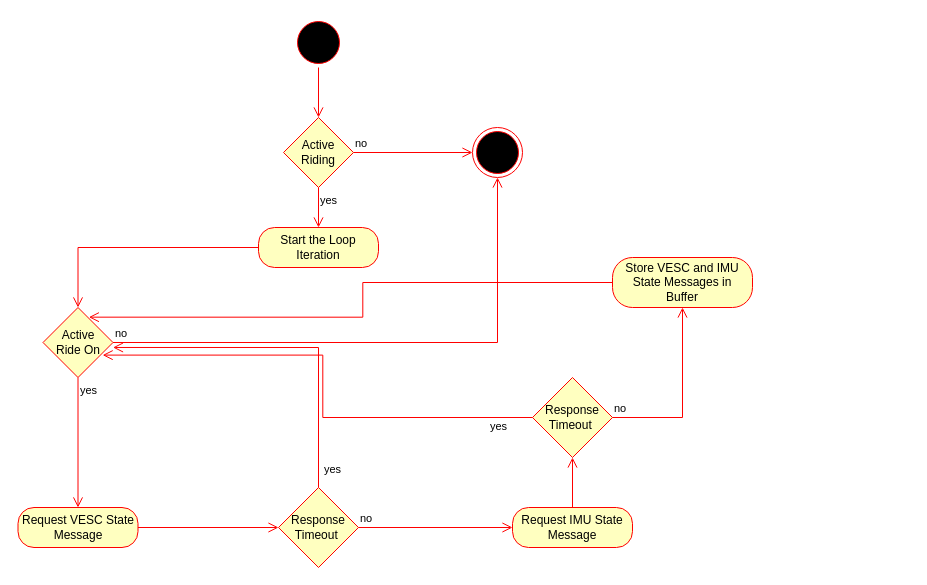
bobacktech/bionic-boarder keeps this draw.io diagram as diagrams/VESC IMU Sensor Data Acquisition Activity Diagram.drawio. Above is the earlier version. Source tidied: cells renumbered, new cells numbered last; positions are measured from the earlier drawing's top-left corner, leaving out a move shared by most shapes. Both pictures are drawn from the tidied source at 100%, with x=0, y=0 at pixel (18, 17).
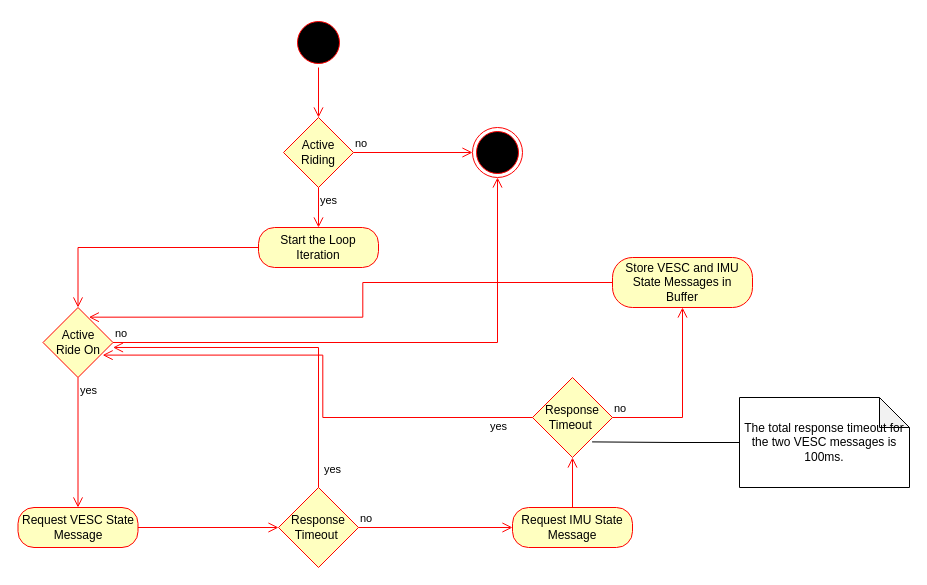
Above is the later version.

Commit message:
BB-54: Added a note to the diagram.

Unchanged cells that the change refers to:
```xml
<mxCell id="19" value="&lt;span style=&quot;&quot;&gt;&lt;font&gt;Response&lt;/font&gt;&lt;/span&gt;&lt;div&gt;&lt;span style=&quot;&quot;&gt;&lt;font&gt;Timeout&amp;nbsp;&lt;/font&gt;&lt;/span&gt;&lt;/div&gt;" style="rhombus;whiteSpace=wrap;html=1;fontColor=#000000;fillColor=#ffffc0;strokeColor=#ff0000;labelBackgroundColor=none;" parent="1" vertex="1">
  <mxGeometry x="514" y="360" width="80" height="80" as="geometry" />
</mxCell>
```

Change to the diagram source:
```diff
@@
+    <mxCell id="25" value="The total response timeout for the two VESC messages is 100ms." style="shape=note;whiteSpace=wrap;html=1;backgroundOutline=1;darkOpacity=0.05;" parent="1" vertex="1">
+      <mxGeometry x="721" y="380" width="170" height="90" as="geometry" />
+    </mxCell>
+    <mxCell id="26" style="edgeStyle=orthogonalEdgeStyle;rounded=0;jettySize=auto;html=1;endArrow=none;startFill=0;entryX=0.745;entryY=0.805;entryDx=0;entryDy=0;entryPerimeter=0;" parent="1" edge="1" source="25" target="19">
+      <mxGeometry relative="1" as="geometry" />
+    </mxCell>
```
